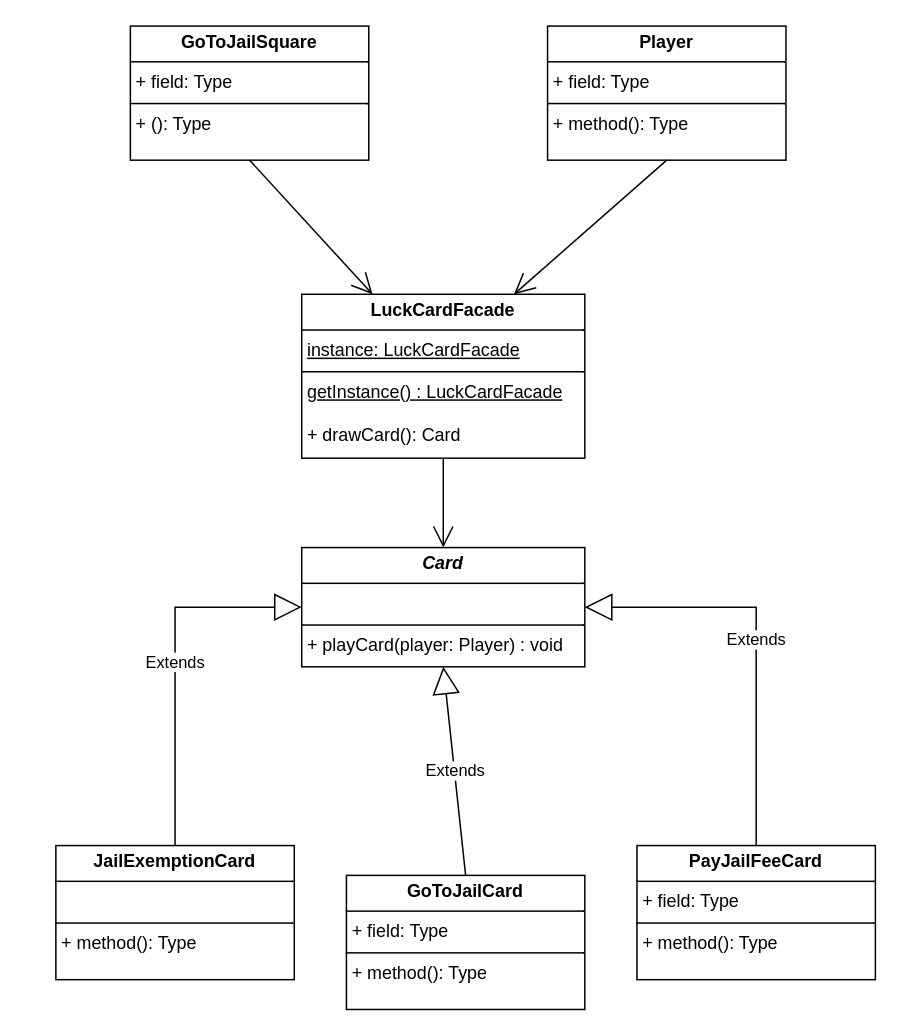
antonykimuom/SWEN30006-2025-SM1-workshop1-tuew05-14-00-team-12 keeps this draw.io diagram as workshop7-week8.drawio. Above is the earlier version. Source tidied: cells renumbered, new cells numbered last; positions are measured from the earlier drawing's top-left corner, leaving out a move shared by most shapes. Both pictures are drawn from the tidied source at 149%, with x=0, y=0 at pixel (55, 25).
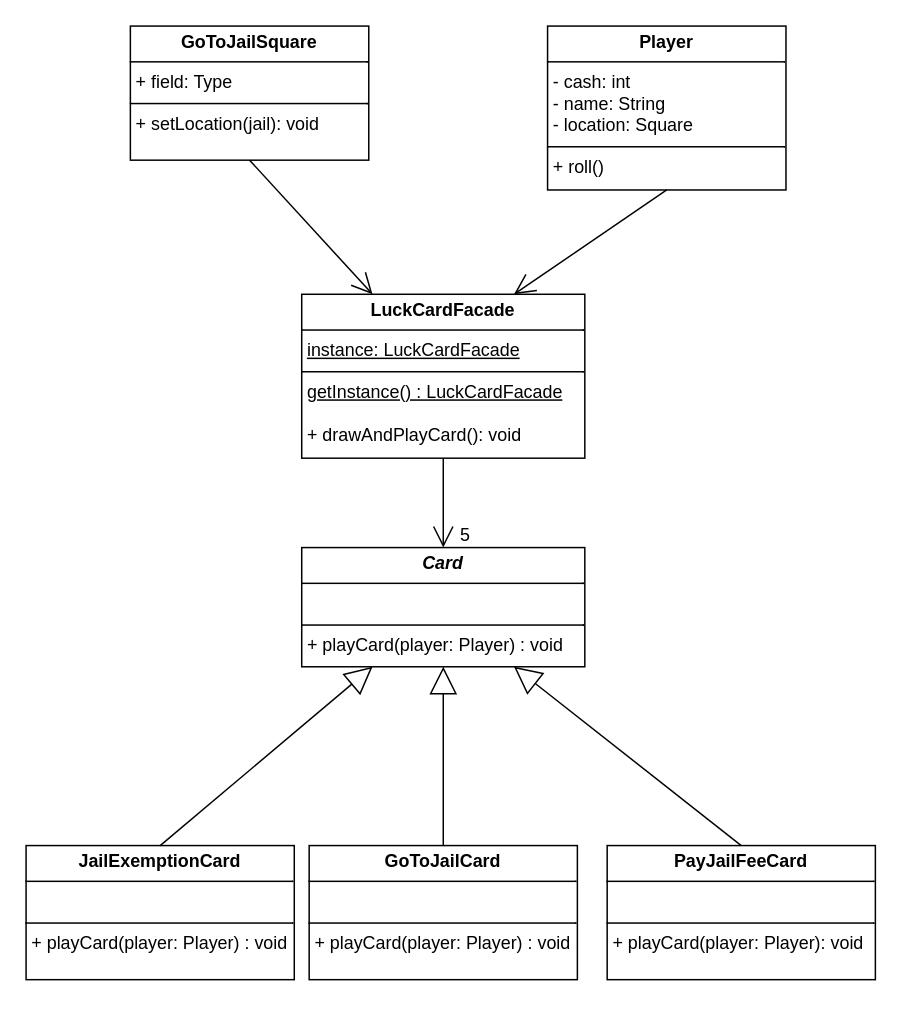
Above is the later version.

The edit, as a diff of the source:
```diff
@@
 <mxGraphModel>
   <root>
     <mxCell id="0" />
     <mxCell id="1" parent="0" />
-    <mxCell id="2" value="&lt;p style=&quot;margin:0px;margin-top:4px;text-align:center;&quot;&gt;&lt;b&gt;LuckCardFacade&lt;/b&gt;&lt;/p&gt;&lt;hr size=&quot;1&quot; style=&quot;border-style:solid;&quot;&gt;&lt;p style=&quot;margin:0px;margin-left:4px;&quot;&gt;&lt;u&gt;instance: LuckCardFacade&lt;/u&gt;&lt;/p&gt;&lt;hr size=&quot;1&quot; style=&quot;border-style:solid;&quot;&gt;&lt;p style=&quot;margin:0px;margin-left:4px;&quot;&gt;&lt;u&gt;getInstance() : LuckCardFacade&lt;/u&gt;&lt;/p&gt;&lt;p style=&quot;margin:0px;margin-left:4px;&quot;&gt;&lt;br&gt;&lt;/p&gt;&lt;p style=&quot;margin:0px;margin-left:4px;&quot;&gt;+ drawCard(): Card&lt;/p&gt;" style="verticalAlign=top;align=left;overflow=fill;html=1;whiteSpace=wrap;" parent="1" vertex="1">
+    <mxCell id="2" value="&lt;p style=&quot;margin:0px;margin-top:4px;text-align:center;&quot;&gt;&lt;b&gt;LuckCardFacade&lt;/b&gt;&lt;/p&gt;&lt;hr size=&quot;1&quot; style=&quot;border-style:solid;&quot;&gt;&lt;p style=&quot;margin:0px;margin-left:4px;&quot;&gt;&lt;u&gt;instance: LuckCardFacade&lt;/u&gt;&lt;/p&gt;&lt;hr size=&quot;1&quot; style=&quot;border-style:solid;&quot;&gt;&lt;p style=&quot;margin:0px;margin-left:4px;&quot;&gt;&lt;u&gt;getInstance() : LuckCardFacade&lt;/u&gt;&lt;/p&gt;&lt;p style=&quot;margin:0px;margin-left:4px;&quot;&gt;&lt;br&gt;&lt;/p&gt;&lt;p style=&quot;margin:0px;margin-left:4px;&quot;&gt;+ drawAndPlayCard(): void&lt;/p&gt;" style="verticalAlign=top;align=left;overflow=fill;html=1;whiteSpace=wrap;" parent="1" vertex="1">
       <mxGeometry x="165" y="180" width="190" height="110" as="geometry" />
     </mxCell>
-    <mxCell id="3" value="&lt;p style=&quot;margin:0px;margin-top:4px;text-align:center;&quot;&gt;&lt;b&gt;GoToJailSquare&lt;/b&gt;&lt;/p&gt;&lt;hr size=&quot;1&quot; style=&quot;border-style:solid;&quot;&gt;&lt;p style=&quot;margin:0px;margin-left:4px;&quot;&gt;+ field: Type&lt;/p&gt;&lt;hr size=&quot;1&quot; style=&quot;border-style:solid;&quot;&gt;&lt;p style=&quot;margin:0px;margin-left:4px;&quot;&gt;+ (): Type&lt;/p&gt;" style="verticalAlign=top;align=left;overflow=fill;html=1;whiteSpace=wrap;" parent="1" vertex="1">
+    <mxCell id="3" value="&lt;p style=&quot;margin:0px;margin-top:4px;text-align:center;&quot;&gt;&lt;b&gt;GoToJailSquare&lt;/b&gt;&lt;/p&gt;&lt;hr size=&quot;1&quot; style=&quot;border-style:solid;&quot;&gt;&lt;p style=&quot;margin:0px;margin-left:4px;&quot;&gt;+ field: Type&lt;/p&gt;&lt;hr size=&quot;1&quot; style=&quot;border-style:solid;&quot;&gt;&lt;p style=&quot;margin:0px;margin-left:4px;&quot;&gt;+ setLocation(jail): void&lt;/p&gt;" style="verticalAlign=top;align=left;overflow=fill;html=1;whiteSpace=wrap;" parent="1" vertex="1">
       <mxGeometry x="50" width="160" height="90" as="geometry" />
     </mxCell>
-    <mxCell id="4" value="&lt;p style=&quot;margin:0px;margin-top:4px;text-align:center;&quot;&gt;&lt;b&gt;Player&lt;/b&gt;&lt;/p&gt;&lt;hr size=&quot;1&quot; style=&quot;border-style:solid;&quot;&gt;&lt;p style=&quot;margin:0px;margin-left:4px;&quot;&gt;+ field: Type&lt;/p&gt;&lt;hr size=&quot;1&quot; style=&quot;border-style:solid;&quot;&gt;&lt;p style=&quot;margin:0px;margin-left:4px;&quot;&gt;+ method(): Type&lt;/p&gt;" style="verticalAlign=top;align=left;overflow=fill;html=1;whiteSpace=wrap;" parent="1" vertex="1">
-      <mxGeometry x="330" width="160" height="90" as="geometry" />
+    <mxCell id="4" value="&lt;p style=&quot;margin:0px;margin-top:4px;text-align:center;&quot;&gt;&lt;b&gt;Player&lt;/b&gt;&lt;/p&gt;&lt;hr size=&quot;1&quot; style=&quot;border-style:solid;&quot;&gt;&lt;p style=&quot;margin:0px;margin-left:4px;&quot;&gt;- cash: int&lt;/p&gt;&lt;p style=&quot;margin:0px;margin-left:4px;&quot;&gt;- name: String&lt;/p&gt;&lt;p style=&quot;margin:0px;margin-left:4px;&quot;&gt;- location: Square&lt;/p&gt;&lt;hr size=&quot;1&quot; style=&quot;border-style:solid;&quot;&gt;&lt;p style=&quot;margin:0px;margin-left:4px;&quot;&gt;+ roll()&lt;/p&gt;&lt;p style=&quot;margin:0px;margin-left:4px;&quot;&gt;&lt;br&gt;&lt;/p&gt;" style="verticalAlign=top;align=left;overflow=fill;html=1;whiteSpace=wrap;" parent="1" vertex="1">
+      <mxGeometry x="330" width="160" height="110" as="geometry" />
     </mxCell>
     <mxCell id="5" style="endArrow=open;endFill=1;endSize=12;html=1;rounded=0;exitX=0.5;exitY=1;exitDx=0;exitDy=0;entryX=0.25;entryY=0;entryDx=0;entryDy=0;" parent="1" edge="1" source="3" target="2">
       <mxGeometry relative="1" as="geometry" />
     </mxCell>
     <mxCell id="6" value="&lt;p style=&quot;margin:0px;margin-top:4px;text-align:center;&quot;&gt;&lt;b&gt;&lt;i&gt;Card&lt;/i&gt;&lt;/b&gt;&lt;/p&gt;&lt;hr size=&quot;1&quot; style=&quot;border-style:solid;&quot;&gt;&lt;p style=&quot;margin:0px;margin-left:4px;&quot;&gt;&lt;br&gt;&lt;/p&gt;&lt;hr size=&quot;1&quot; style=&quot;border-style:solid;&quot;&gt;&lt;p style=&quot;margin:0px;margin-left:4px;&quot;&gt;+ playCard(player: Player) : void&lt;/p&gt;" style="verticalAlign=top;align=left;overflow=fill;html=1;whiteSpace=wrap;" parent="1" vertex="1">
       <mxGeometry x="165" y="350" width="190" height="80" as="geometry" />
     </mxCell>
-    <mxCell id="7" value="&lt;p style=&quot;margin:0px;margin-top:4px;text-align:center;&quot;&gt;&lt;b&gt;PayJailFeeCard&lt;/b&gt;&lt;/p&gt;&lt;hr size=&quot;1&quot; style=&quot;border-style:solid;&quot;&gt;&lt;p style=&quot;margin:0px;margin-left:4px;&quot;&gt;+ field: Type&lt;/p&gt;&lt;hr size=&quot;1&quot; style=&quot;border-style:solid;&quot;&gt;&lt;p style=&quot;margin:0px;margin-left:4px;&quot;&gt;+ method(): Type&lt;/p&gt;" style="verticalAlign=top;align=left;overflow=fill;html=1;whiteSpace=wrap;" parent="1" vertex="1">
-      <mxGeometry x="390" y="550" width="160" height="90" as="geometry" />
+    <mxCell id="7" value="&lt;p style=&quot;margin:0px;margin-top:4px;text-align:center;&quot;&gt;&lt;b&gt;PayJailFeeCard&lt;/b&gt;&lt;/p&gt;&lt;hr size=&quot;1&quot; style=&quot;border-style:solid;&quot;&gt;&lt;p style=&quot;margin:0px;margin-left:4px;&quot;&gt;&lt;br&gt;&lt;/p&gt;&lt;hr size=&quot;1&quot; style=&quot;border-style:solid;&quot;&gt;&lt;p style=&quot;margin:0px;margin-left:4px;&quot;&gt;+ playCard(player: Player): void&lt;/p&gt;" style="verticalAlign=top;align=left;overflow=fill;html=1;whiteSpace=wrap;" parent="1" vertex="1">
+      <mxGeometry x="370" y="550" width="180" height="90" as="geometry" />
     </mxCell>
-    <mxCell id="8" value="&lt;p style=&quot;margin:0px;margin-top:4px;text-align:center;&quot;&gt;&lt;b&gt;GoToJailCard&lt;/b&gt;&lt;/p&gt;&lt;hr size=&quot;1&quot; style=&quot;border-style:solid;&quot;&gt;&lt;p style=&quot;margin:0px;margin-left:4px;&quot;&gt;+ field: Type&lt;/p&gt;&lt;hr size=&quot;1&quot; style=&quot;border-style:solid;&quot;&gt;&lt;p style=&quot;margin:0px;margin-left:4px;&quot;&gt;+ method(): Type&lt;/p&gt;" style="verticalAlign=top;align=left;overflow=fill;html=1;whiteSpace=wrap;" parent="1" vertex="1">
-      <mxGeometry x="195" y="570" width="160" height="90" as="geometry" />
+    <mxCell id="8" value="&lt;p style=&quot;margin:0px;margin-top:4px;text-align:center;&quot;&gt;&lt;b&gt;GoToJailCard&lt;/b&gt;&lt;/p&gt;&lt;hr size=&quot;1&quot; style=&quot;border-style:solid;&quot;&gt;&lt;p style=&quot;margin:0px;margin-left:4px;&quot;&gt;&lt;br&gt;&lt;/p&gt;&lt;hr size=&quot;1&quot; style=&quot;border-style:solid;&quot;&gt;&lt;p style=&quot;margin:0px;margin-left:4px;&quot;&gt;+ playCard(player: Player) : void&lt;/p&gt;" style="verticalAlign=top;align=left;overflow=fill;html=1;whiteSpace=wrap;" parent="1" vertex="1">
+      <mxGeometry x="170" y="550" width="180" height="90" as="geometry" />
     </mxCell>
-    <mxCell id="9" value="&lt;p style=&quot;margin:0px;margin-top:4px;text-align:center;&quot;&gt;&lt;b&gt;JailExemptionCard&lt;/b&gt;&lt;/p&gt;&lt;hr size=&quot;1&quot; style=&quot;border-style:solid;&quot;&gt;&lt;p style=&quot;margin:0px;margin-left:4px;&quot;&gt;&lt;br&gt;&lt;/p&gt;&lt;hr size=&quot;1&quot; style=&quot;border-style:solid;&quot;&gt;&lt;p style=&quot;margin:0px;margin-left:4px;&quot;&gt;+ method(): Type&lt;/p&gt;" style="verticalAlign=top;align=left;overflow=fill;html=1;whiteSpace=wrap;" parent="1" vertex="1">
-      <mxGeometry y="550" width="160" height="90" as="geometry" />
+    <mxCell id="9" value="&lt;p style=&quot;margin:0px;margin-top:4px;text-align:center;&quot;&gt;&lt;b&gt;JailExemptionCard&lt;/b&gt;&lt;/p&gt;&lt;hr size=&quot;1&quot; style=&quot;border-style:solid;&quot;&gt;&lt;p style=&quot;margin:0px;margin-left:4px;&quot;&gt;&lt;br&gt;&lt;/p&gt;&lt;hr size=&quot;1&quot; style=&quot;border-style:solid;&quot;&gt;&lt;p style=&quot;margin:0px;margin-left:4px;&quot;&gt;+ playCard(player: Player) : void&lt;/p&gt;" style="verticalAlign=top;align=left;overflow=fill;html=1;whiteSpace=wrap;" parent="1" vertex="1">
+      <mxGeometry x="-20" y="550" width="180" height="90" as="geometry" />
     </mxCell>
     <mxCell id="10" style="endArrow=open;endFill=1;endSize=12;html=1;rounded=0;exitX=0.5;exitY=1;exitDx=0;exitDy=0;entryX=0.75;entryY=0;entryDx=0;entryDy=0;" parent="1" edge="1" source="4" target="2">
       <mxGeometry relative="1" as="geometry" />
     </mxCell>
-    <mxCell id="11" value="Extends" style="endArrow=block;endSize=16;endFill=0;html=1;rounded=0;exitX=0.5;exitY=0;exitDx=0;exitDy=0;entryX=0;entryY=0.5;entryDx=0;entryDy=0;" parent="1" edge="1" source="9" target="6">
-      <mxGeometry relative="1" as="geometry">
-        <Array as="points">
-          <mxPoint x="80" y="390" />
-        </Array>
-      </mxGeometry>
-    </mxCell>
     <mxCell id="12" style="endArrow=open;endFill=1;endSize=12;html=1;rounded=0;exitX=0.5;exitY=1;exitDx=0;exitDy=0;entryX=0.5;entryY=0;entryDx=0;entryDy=0;" parent="1" edge="1" source="2" target="6">
       <mxGeometry relative="1" as="geometry" />
     </mxCell>
-    <mxCell id="13" value="Extends" style="endArrow=block;endSize=16;endFill=0;html=1;rounded=0;exitX=0.5;exitY=0;exitDx=0;exitDy=0;entryX=0.5;entryY=1;entryDx=0;entryDy=0;" parent="1" edge="1" source="8" target="6">
+    <mxCell id="13" value="&lt;div&gt;&lt;br&gt;&lt;/div&gt;&lt;div&gt;&lt;br&gt;&lt;/div&gt;" style="endArrow=block;endSize=16;endFill=0;html=1;rounded=0;exitX=0.5;exitY=0;exitDx=0;exitDy=0;entryX=0.5;entryY=1;entryDx=0;entryDy=0;" parent="1" edge="1" source="8" target="6">
       <mxGeometry relative="1" as="geometry" />
     </mxCell>
+    <mxCell id="11" value="&lt;div&gt;&lt;br&gt;&lt;/div&gt;&lt;div&gt;&lt;br&gt;&lt;/div&gt;" style="endArrow=block;endSize=16;endFill=0;html=1;rounded=0;exitX=0.5;exitY=0;exitDx=0;exitDy=0;entryX=0.25;entryY=1;entryDx=0;entryDy=0;" parent="1" edge="1" source="9" target="6">
+      <mxGeometry relative="1" as="geometry" />
+    </mxCell>
-    <mxCell id="14" value="Extends" style="endArrow=block;endSize=16;endFill=0;html=1;rounded=0;exitX=0.5;exitY=0;exitDx=0;exitDy=0;entryX=1;entryY=0.5;entryDx=0;entryDy=0;" parent="1" edge="1" source="7" target="6">
-      <mxGeometry relative="1" as="geometry">
-        <Array as="points">
-          <mxPoint x="470" y="390" />
-        </Array>
-      </mxGeometry>
+    <mxCell id="14" value="&lt;div&gt;&lt;br&gt;&lt;/div&gt;&lt;div&gt;&lt;br&gt;&lt;/div&gt;" style="endArrow=block;endSize=16;endFill=0;html=1;rounded=0;exitX=0.5;exitY=0;exitDx=0;exitDy=0;entryX=0.75;entryY=1;entryDx=0;entryDy=0;" parent="1" edge="1" source="7" target="6">
+      <mxGeometry relative="1" as="geometry" />
     </mxCell>
+    <mxCell id="15" value="5" style="text;html=1;align=center;verticalAlign=middle;whiteSpace=wrap;rounded=0;" parent="1" vertex="1">
+      <mxGeometry x="245" y="327" width="60" height="30" as="geometry" />
+    </mxCell>
   </root>
 </mxGraphModel>
```
